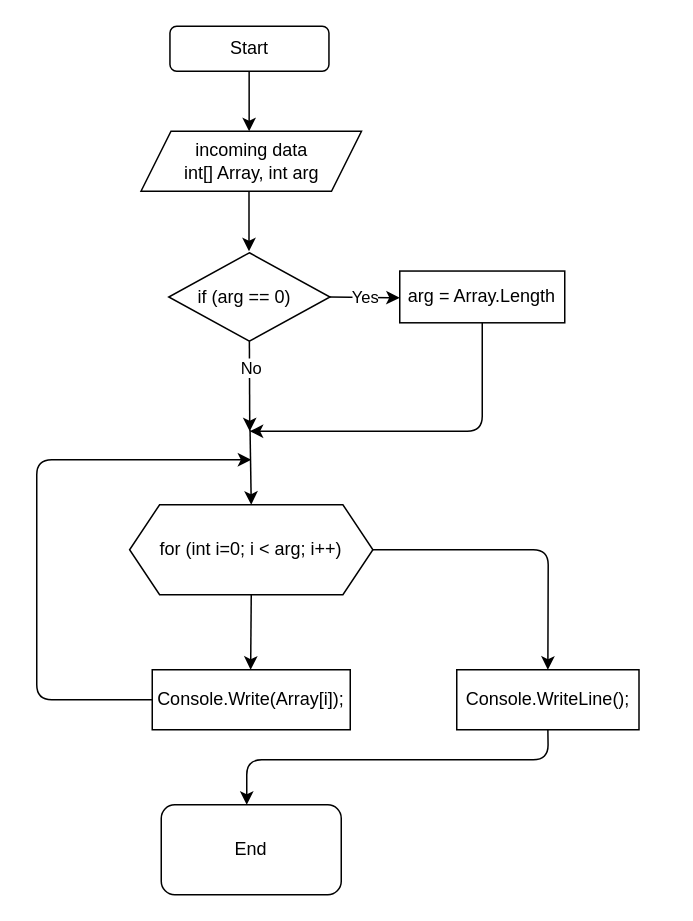
Before: 2021/BlockDiagram/PrintArray_method.drawio in AbubakirovRA/FinalWork2021, a draw.io diagram. Source tidied: cells renumbered, new cells numbered last; positions are measured from the earlier drawing's top-left corner, leaving out a move shared by most shapes. Both pictures are drawn from the tidied source at 150%, with x=0, y=0 at pixel (36, 26).
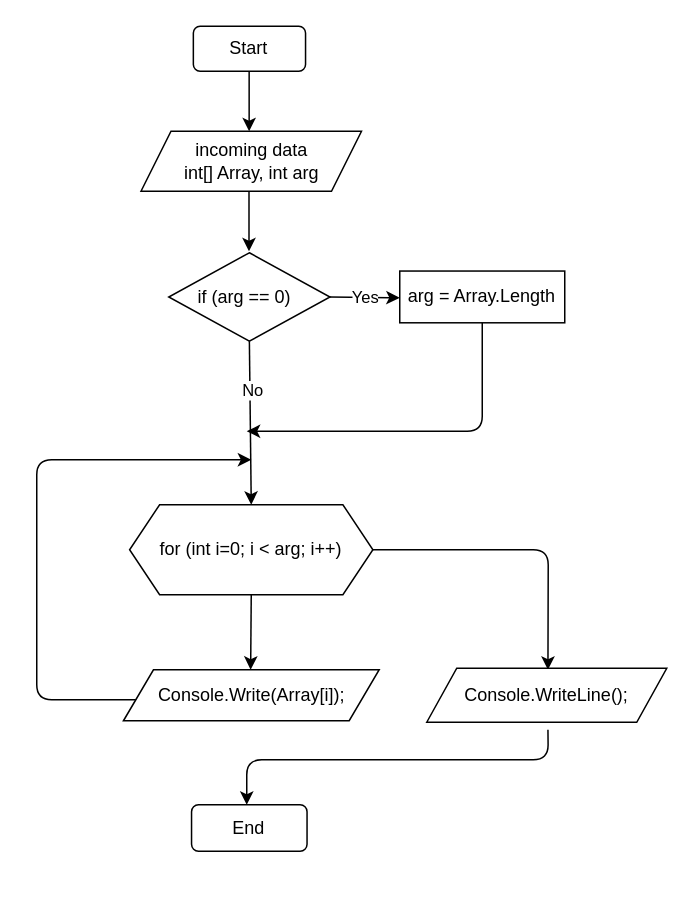
Above is the later version.

Unchanged cells that the change refers to:
```xml
<mxCell id="4" value="if (arg == 0)&amp;nbsp;&amp;nbsp;" style="rhombus;whiteSpace=wrap;html=1;" parent="1" vertex="1">
  <mxGeometry x="88" y="151" width="107.5" height="59" as="geometry" />
</mxCell>
<mxCell id="6" value="for (int i=0; i &amp;lt; arg; i++)" style="shape=hexagon;perimeter=hexagonPerimeter2;whiteSpace=wrap;html=1;fixedSize=1;" parent="1" vertex="1">
  <mxGeometry x="61.9" y="319" width="162.2" height="60" as="geometry" />
</mxCell>
<mxCell id="15" value="&lt;span&gt;arg = Array.Length&lt;/span&gt;" style="rounded=0;whiteSpace=wrap;html=1;" parent="1" vertex="1">
  <mxGeometry x="242" y="163.2" width="110" height="34.5" as="geometry" />
</mxCell>
```

What changed in the source:
```diff
@@
     <mxCell id="2" value="Start" style="rounded=1;whiteSpace=wrap;html=1;" parent="1" vertex="1">
-      <mxGeometry x="88.8" width="106" height="30" as="geometry" />
+      <mxGeometry x="104.4" width="74.8" height="30" as="geometry" />
     </mxCell>
@@
-    <mxCell id="5" style="endArrow=classic;html=1;exitX=0.5;exitY=1;exitDx=0;exitDy=0;entryX=0.5;entryY=0;entryDx=0;entryDy=0;entryPerimeter=0;" parent="1" edge="1" target="6">
-      <mxGeometry relative="1" as="geometry">
-        <mxPoint x="142.2" y="269" as="sourcePoint" />
-      </mxGeometry>
-    </mxCell>
@@
-    <mxCell id="8" value="&lt;span&gt;Console.WriteLine();&lt;/span&gt;" style="rounded=0;whiteSpace=wrap;html=1;" parent="1" vertex="1">
-      <mxGeometry x="280" y="429" width="121.5" height="40" as="geometry" />
-    </mxCell>
     <mxCell id="9" value="End" style="rounded=1;whiteSpace=wrap;html=1;" parent="1" vertex="1">
-      <mxGeometry x="83" y="519" width="120" height="60" as="geometry" />
+      <mxGeometry x="103.2" y="519" width="77" height="31" as="geometry" />
     </mxCell>
-    <mxCell id="10" style="endArrow=classic;html=1;exitX=0.5;exitY=1;exitDx=0;exitDy=0;" parent="1" edge="1" source="8">
+    <mxCell id="10" style="endArrow=classic;html=1;exitX=0.5;exitY=1;exitDx=0;exitDy=0;" parent="1" edge="1">
       <mxGeometry relative="1" as="geometry">
+        <mxPoint x="340.8" y="469" as="sourcePoint" />
         <mxPoint x="140" y="519" as="targetPoint" />
         <Array as="points">
           <mxPoint x="341" y="489" />
           <mxPoint x="140" y="489" />
         </Array>
       </mxGeometry>
     </mxCell>
-    <mxCell id="11" value="&lt;span&gt;Console.Write(Array[i]);&lt;/span&gt;" style="rounded=0;whiteSpace=wrap;html=1;" parent="1" vertex="1">
-      <mxGeometry x="77" y="429" width="132" height="40" as="geometry" />
-    </mxCell>
-    <mxCell id="12" style="endArrow=classic;html=1;exitX=0;exitY=0.5;exitDx=0;exitDy=0;" parent="1" edge="1" source="11">
+    <mxCell id="12" style="endArrow=classic;html=1;exitX=0;exitY=0.5;exitDx=0;exitDy=0;" parent="1" edge="1">
       <mxGeometry relative="1" as="geometry">
+        <mxPoint x="77" y="449" as="sourcePoint" />
         <mxPoint x="143" y="289" as="targetPoint" />
         <Array as="points">
           <mxPoint y="449" />
           <mxPoint y="289" />
         </Array>
       </mxGeometry>
     </mxCell>
-    <mxCell id="13" style="endArrow=classic;html=1;entryX=0.5;entryY=0;entryDx=0;entryDy=0;exitX=1;exitY=0.5;exitDx=0;exitDy=0;" parent="1" edge="1" source="6" target="8">
+    <mxCell id="13" style="endArrow=classic;html=1;entryX=0.5;entryY=0;entryDx=0;entryDy=0;exitX=1;exitY=0.5;exitDx=0;exitDy=0;" parent="1" edge="1" source="6">
       <mxGeometry relative="1" as="geometry">
+        <mxPoint x="340.8" y="429" as="targetPoint" />
         <Array as="points">
           <mxPoint x="341" y="349" />
         </Array>
       </mxGeometry>
     </mxCell>
@@
-    <mxCell id="18" style="endArrow=classic;html=1;exitX=0.5;exitY=1;exitDx=0;exitDy=0;" parent="1" edge="1" source="4">
-      <mxGeometry relative="1" as="geometry">
-        <mxPoint x="142" y="270" as="targetPoint" />
-      </mxGeometry>
+    <mxCell id="18" style="endArrow=classic;html=1;exitX=0.5;exitY=1;exitDx=0;exitDy=0;entryX=0.5;entryY=0;entryDx=0;entryDy=0;" parent="1" edge="1" source="4" target="6">
+      <mxGeometry relative="1" as="geometry" />
     </mxCell>
@@
     <mxCell id="20" style="endArrow=classic;html=1;exitX=0.5;exitY=1;exitDx=0;exitDy=0;" parent="1" edge="1" source="15">
       <mxGeometry relative="1" as="geometry">
-        <mxPoint x="142" y="270" as="targetPoint" />
+        <mxPoint x="140" y="270" as="targetPoint" />
         <Array as="points">
           <mxPoint x="297" y="270" />
         </Array>
       </mxGeometry>
     </mxCell>
@@
+    <mxCell id="11" value="&lt;span&gt;Console.Write(Array[i]);&lt;/span&gt;" style="shape=parallelogram;perimeter=parallelogramPerimeter;whiteSpace=wrap;html=1;fixedSize=1;" parent="1" vertex="1">
+      <mxGeometry x="57.8" y="429" width="170.5" height="34" as="geometry" />
+    </mxCell>
+    <mxCell id="8" value="&lt;span&gt;Console.WriteLine();&lt;/span&gt;" style="shape=parallelogram;perimeter=parallelogramPerimeter;whiteSpace=wrap;html=1;fixedSize=1;" parent="1" vertex="1">
+      <mxGeometry x="260" y="428" width="160" height="36" as="geometry" />
+    </mxCell>
```
